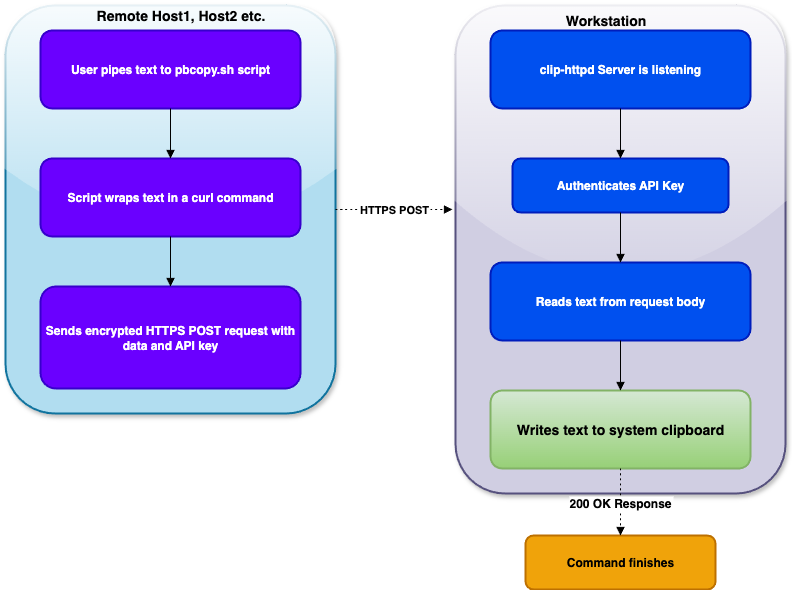
Before: images/clip-httpd-flow.drawio.png, a diagram exported from draw.io (muquit/clip-httpd). Source tidied: cells renumbered, new cells last; positions are measured from the earlier drawing's top-left corner, leaving out a move shared by most shapes.
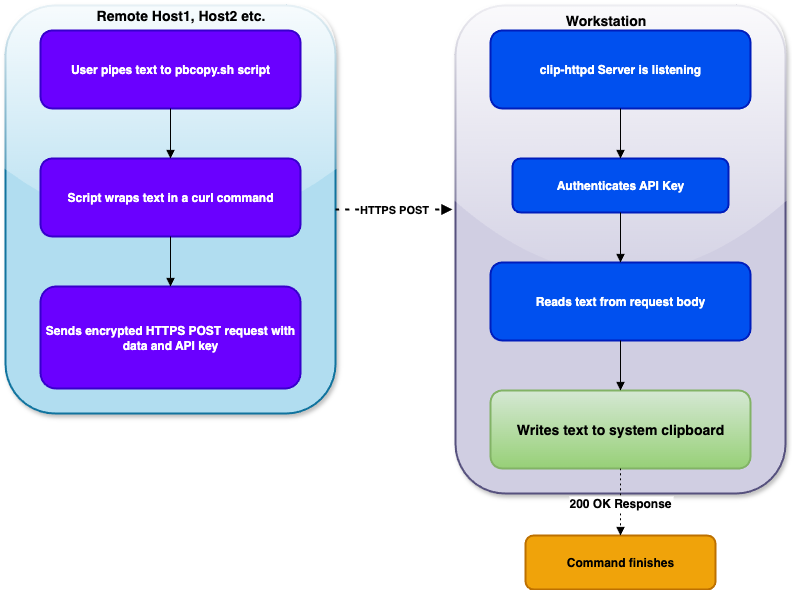
Above is the later version.

Diff of the diagram source:
```diff
@@ -38,7 +38,7 @@
     <mxCell id="13" style="curved=1;startArrow=none;endArrow=block;exitX=0.5;exitY=1;entryX=0.5;entryY=0;rounded=0;" parent="1" edge="1" source="5" target="6">
       <mxGeometry relative="1" as="geometry" />
     </mxCell>
-    <mxCell id="14" value="HTTPS POST" style="curved=1;dashed=1;dashPattern=2 3;startArrow=none;endArrow=block;exitX=1;exitY=0.5;entryX=-0.009;entryY=0.418;rounded=0;fontStyle=1;exitDx=0;exitDy=0;entryDx=0;entryDy=0;entryPerimeter=0;" parent="1" edge="1" source="3" target="2">
+    <mxCell id="14" value="HTTPS POST" style="curved=1;dashed=1;dashPattern=2 3;startArrow=none;endArrow=block;exitX=1;exitY=0.5;entryX=-0.009;entryY=0.418;rounded=0;fontStyle=1;exitDx=0;exitDy=0;entryDx=0;entryDy=0;entryPerimeter=0;strokeWidth=2;" parent="1" edge="1" source="3" target="2">
       <mxGeometry relative="1" as="geometry" />
     </mxCell>
     <mxCell id="15" style="curved=1;startArrow=none;endArrow=block;exitX=0.5;exitY=0.99;entryX=0.5;entryY=-0.01;rounded=0;" parent="1" edge="1" source="7" target="8">
```
